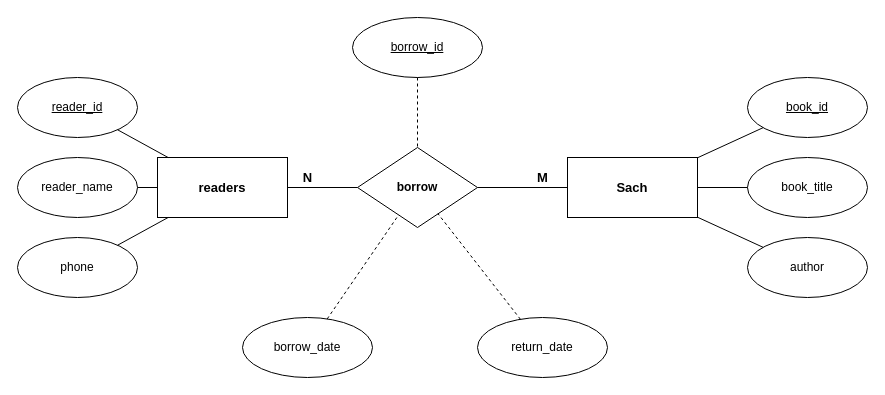
Above: Session03/exercise03.drawio in vung177/TSU260202_Module02 (draw.io), before the change. Source tidied: cells renumbered, new cells numbered last; positions are measured from the earlier drawing's top-left corner, leaving out a move shared by most shapes. Both pictures are drawn from the tidied source at 100%, with x=0, y=0 at pixel (17, 17).
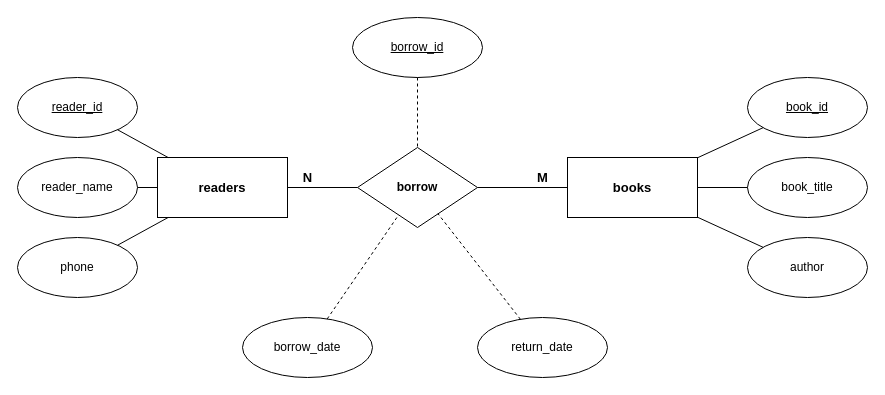
Above is the later version.

Change to the diagram source:
```diff
@@
-    <mxCell id="12" value="Sach" style="rounded=0;whiteSpace=wrap;html=1;fontStyle=1;fontSize=13;" parent="1" vertex="1">
+    <mxCell id="12" value="books" style="rounded=0;whiteSpace=wrap;html=1;fontStyle=1;fontSize=13;" parent="1" vertex="1">
       <mxGeometry x="550" y="140" width="130" height="60" as="geometry" />
     </mxCell>
```
